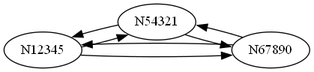
Above: cmake-build-debug/grafica_LC_Disponible.png in Samashoas/202109705_Proyecto_EDD (Graphviz), before the change. Its source is kept beside it as cmake-build-debug/grafica_LC_Disponible.dot.
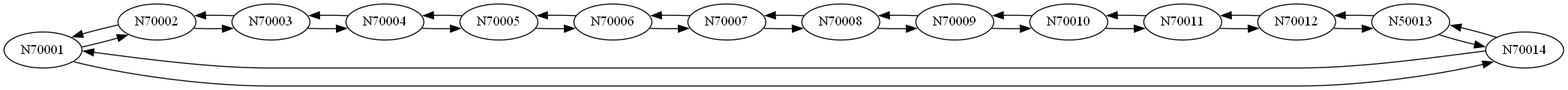
The same diagram one commit later.

The edit, as a diff of the source:
```diff
@@ -1,11 +1,44 @@
 digraph G { rankdir=LR; node [shape=oval];
-node0 [label="N12345"];
-node1 [label="N54321"];
-node2 [label="N67890"];
+node0 [label="N70001"];
+node1 [label="N70002"];
+node2 [label="N70003"];
+node3 [label="N70004"];
+node4 [label="N70005"];
+node5 [label="N70006"];
+node6 [label="N70007"];
+node7 [label="N70008"];
+node8 [label="N70009"];
+node9 [label="N70010"];
+node10 [label="N70011"];
+node11 [label="N70012"];
+node12 [label="N50013"];
+node13 [label="N70014"];
 node0 -> node1;
 node1 -> node0;
 node1 -> node2;
 node2 -> node1;
-node2 -> node0;
-node0 -> node2;
+node2 -> node3;
+node3 -> node2;
+node3 -> node4;
+node4 -> node3;
+node4 -> node5;
+node5 -> node4;
+node5 -> node6;
+node6 -> node5;
+node6 -> node7;
+node7 -> node6;
+node7 -> node8;
+node8 -> node7;
+node8 -> node9;
+node9 -> node8;
+node9 -> node10;
+node10 -> node9;
+node10 -> node11;
+node11 -> node10;
+node11 -> node12;
+node12 -> node11;
+node12 -> node13;
+node13 -> node12;
+node13 -> node0;
+node0 -> node13;
  }
```
